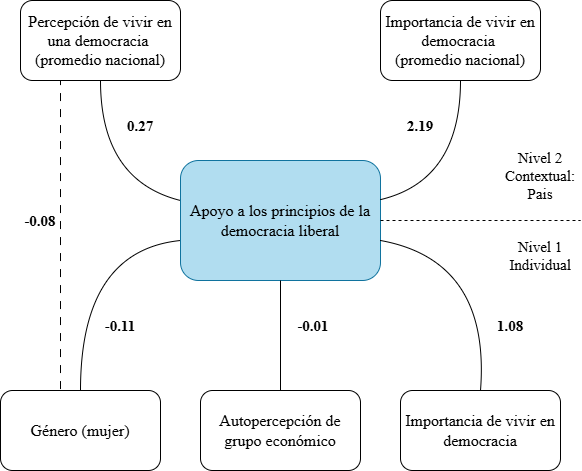
This is input/img/modelo_teórico_resultados.png from multinivel-facso/trabajo1-grupo-9, a draw.io export, as it was before one commit. Source tidied: cells renumbered, new cells last; positions are measured from the earlier drawing's top-left corner, leaving out a move shared by most shapes. Source of this version:
```xml
<mxGraphModel>
  <root>
    <mxCell id="0" />
    <mxCell id="1" parent="0" />
    <mxCell id="2" value="&lt;font face=&quot;Times New Roman&quot; style=&quot;font-size: 16px;&quot;&gt;Apoyo a los principios de la democracia liberal&lt;/font&gt;" style="rounded=1;whiteSpace=wrap;html=1;fillColor=#b1ddf0;strokeColor=#10739e;" parent="1" vertex="1">
      <mxGeometry x="180" y="160" width="200" height="120" as="geometry" />
    </mxCell>
    <mxCell id="3" value="&lt;font face=&quot;Times New Roman&quot; style=&quot;font-size: 16px;&quot;&gt;Percepción de vivir en una democracia&amp;nbsp;&lt;/font&gt;&lt;div&gt;&lt;font face=&quot;Times New Roman&quot; style=&quot;font-size: 16px;&quot;&gt;(promedio nacional)&lt;/font&gt;&lt;/div&gt;" style="rounded=1;whiteSpace=wrap;html=1;" parent="1" vertex="1">
      <mxGeometry x="20" width="160" height="80" as="geometry" />
    </mxCell>
    <mxCell id="4" value="&lt;font face=&quot;Times New Roman&quot; style=&quot;font-size: 16px;&quot;&gt;Importancia de vivir en democracia&amp;nbsp;&lt;/font&gt;&lt;div&gt;&lt;span style=&quot;font-family: &amp;quot;Times New Roman&amp;quot;; font-size: 16px;&quot;&gt;(promedio nacional)&lt;/span&gt;&lt;font face=&quot;Times New Roman&quot; style=&quot;font-size: 16px;&quot;&gt;&lt;br&gt;&lt;/font&gt;&lt;/div&gt;" style="rounded=1;whiteSpace=wrap;html=1;" parent="1" vertex="1">
      <mxGeometry x="380" width="160" height="80" as="geometry" />
    </mxCell>
    <mxCell id="5" value="&lt;font face=&quot;Times New Roman&quot; style=&quot;font-size: 16px;&quot;&gt;Género (mujer)&lt;/font&gt;" style="rounded=1;whiteSpace=wrap;html=1;" parent="1" vertex="1">
      <mxGeometry y="390" width="160" height="80" as="geometry" />
    </mxCell>
    <mxCell id="6" value="&lt;font face=&quot;Times New Roman&quot; style=&quot;font-size: 16px;&quot;&gt;Importancia de vivir en democracia&lt;/font&gt;" style="rounded=1;whiteSpace=wrap;html=1;" parent="1" vertex="1">
      <mxGeometry x="400" y="390" width="160" height="80" as="geometry" />
    </mxCell>
    <mxCell id="7" value="&lt;font face=&quot;Times New Roman&quot; style=&quot;font-size: 16px;&quot;&gt;Autopercepción de grupo&amp;nbsp;&lt;/font&gt;&lt;font size=&quot;3&quot; face=&quot;Times New Roman&quot;&gt;económico&lt;/font&gt;" style="rounded=1;whiteSpace=wrap;html=1;" parent="1" vertex="1">
      <mxGeometry x="200" y="390" width="160" height="80" as="geometry" />
    </mxCell>
    <mxCell id="8" style="endArrow=none;html=1;rounded=0;entryX=0.5;entryY=1;entryDx=0;entryDy=0;curved=1;exitX=1;exitY=0.326;exitDx=0;exitDy=0;exitPerimeter=0;" parent="1" edge="1" source="2" target="4">
      <mxGeometry relative="1" as="geometry">
        <Array as="points">
          <mxPoint x="460" y="180" />
        </Array>
      </mxGeometry>
    </mxCell>
    <mxCell id="9" style="endArrow=none;html=1;rounded=0;entryX=0.5;entryY=1;entryDx=0;entryDy=0;curved=1;" parent="1" edge="1" target="3">
      <mxGeometry relative="1" as="geometry">
        <mxPoint x="180" y="200" as="sourcePoint" />
        <Array as="points">
          <mxPoint x="100" y="180" />
        </Array>
      </mxGeometry>
    </mxCell>
    <mxCell id="10" style="endArrow=none;html=1;rounded=0;entryX=0.5;entryY=1;entryDx=0;entryDy=0;" parent="1" edge="1" target="2">
      <mxGeometry relative="1" as="geometry">
        <mxPoint x="280" y="390" as="sourcePoint" />
      </mxGeometry>
    </mxCell>
    <mxCell id="11" style="endArrow=none;html=1;rounded=0;curved=1;" parent="1" edge="1">
      <mxGeometry relative="1" as="geometry">
        <mxPoint x="80" y="390" as="sourcePoint" />
        <mxPoint x="180" y="240" as="targetPoint" />
        <Array as="points">
          <mxPoint x="80" y="250" />
        </Array>
      </mxGeometry>
    </mxCell>
    <mxCell id="12" style="endArrow=none;html=1;rounded=0;entryX=0.5;entryY=0;entryDx=0;entryDy=0;curved=1;" parent="1" edge="1" target="6">
      <mxGeometry relative="1" as="geometry">
        <mxPoint x="380" y="240" as="sourcePoint" />
        <Array as="points">
          <mxPoint x="490" y="260" />
        </Array>
      </mxGeometry>
    </mxCell>
    <mxCell id="13" style="endArrow=none;html=1;rounded=0;dashed=1;" parent="1" edge="1">
      <mxGeometry relative="1" as="geometry">
        <mxPoint x="380" y="220" as="sourcePoint" />
        <mxPoint x="580" y="220" as="targetPoint" />
      </mxGeometry>
    </mxCell>
    <mxCell id="14" value="&lt;font style=&quot;font-size: 15px;&quot; face=&quot;Times New Roman&quot;&gt;Nivel 2 Contextual:&lt;/font&gt;&lt;div&gt;&lt;font style=&quot;font-size: 15px;&quot; face=&quot;Times New Roman&quot;&gt;Pais&lt;/font&gt;&lt;/div&gt;" style="text;html=1;align=center;verticalAlign=middle;whiteSpace=wrap;rounded=0;" parent="1" vertex="1">
      <mxGeometry x="510" y="160" width="60" height="30" as="geometry" />
    </mxCell>
    <mxCell id="15" value="&lt;font style=&quot;font-size: 15px;&quot; face=&quot;Times New Roman&quot;&gt;Nivel 1 Individual&lt;/font&gt;" style="text;html=1;align=center;verticalAlign=middle;whiteSpace=wrap;rounded=0;" parent="1" vertex="1">
      <mxGeometry x="500" y="240" width="80" height="30" as="geometry" />
    </mxCell>
    <mxCell id="16" value="&lt;font face=&quot;Times New Roman&quot;&gt;&lt;span style=&quot;font-size: 15px;&quot;&gt;&lt;b&gt;-0.11&lt;/b&gt;&lt;/span&gt;&lt;/font&gt;" style="text;html=1;align=center;verticalAlign=middle;whiteSpace=wrap;rounded=0;" parent="1" vertex="1">
      <mxGeometry x="80" y="310" width="80" height="30" as="geometry" />
    </mxCell>
    <mxCell id="17" value="&lt;font face=&quot;Times New Roman&quot;&gt;&lt;span style=&quot;font-size: 15px;&quot;&gt;&lt;b&gt;-0.01&lt;/b&gt;&lt;/span&gt;&lt;/font&gt;" style="text;html=1;align=center;verticalAlign=middle;whiteSpace=wrap;rounded=0;" parent="1" vertex="1">
      <mxGeometry x="273" y="310" width="80" height="30" as="geometry" />
    </mxCell>
    <mxCell id="18" value="&lt;font face=&quot;Times New Roman&quot;&gt;&lt;span style=&quot;font-size: 15px;&quot;&gt;&lt;b&gt;1.08&lt;/b&gt;&lt;/span&gt;&lt;/font&gt;" style="text;html=1;align=center;verticalAlign=middle;whiteSpace=wrap;rounded=0;" parent="1" vertex="1">
      <mxGeometry x="470" y="310" width="80" height="30" as="geometry" />
    </mxCell>
    <mxCell id="19" value="&lt;font face=&quot;Times New Roman&quot;&gt;&lt;span style=&quot;font-size: 15px;&quot;&gt;&lt;b&gt;0.27&lt;/b&gt;&lt;/span&gt;&lt;/font&gt;" style="text;html=1;align=center;verticalAlign=middle;whiteSpace=wrap;rounded=0;" parent="1" vertex="1">
      <mxGeometry x="100" y="110" width="80" height="30" as="geometry" />
    </mxCell>
    <mxCell id="20" value="&lt;font face=&quot;Times New Roman&quot;&gt;&lt;span style=&quot;font-size: 15px;&quot;&gt;&lt;b&gt;2.19&lt;/b&gt;&lt;/span&gt;&lt;/font&gt;" style="text;html=1;align=center;verticalAlign=middle;whiteSpace=wrap;rounded=0;" parent="1" vertex="1">
      <mxGeometry x="380" y="110" width="80" height="30" as="geometry" />
    </mxCell>
    <mxCell id="21" style="endArrow=none;html=1;rounded=0;entryX=0.25;entryY=1;entryDx=0;entryDy=0;dashed=1;dashPattern=8 8;exitX=0.375;exitY=-0.018;exitDx=0;exitDy=0;exitPerimeter=0;" parent="1" edge="1" source="5" target="3">
      <mxGeometry relative="1" as="geometry" />
    </mxCell>
    <mxCell id="22" value="&lt;font face=&quot;Times New Roman&quot;&gt;&lt;span style=&quot;font-size: 15px;&quot;&gt;&lt;b&gt;-0.08&lt;/b&gt;&lt;/span&gt;&lt;/font&gt;" style="text;html=1;align=center;verticalAlign=middle;whiteSpace=wrap;rounded=0;" parent="1" vertex="1">
      <mxGeometry y="205" width="80" height="30" as="geometry" />
    </mxCell>
  </root>
</mxGraphModel>
```
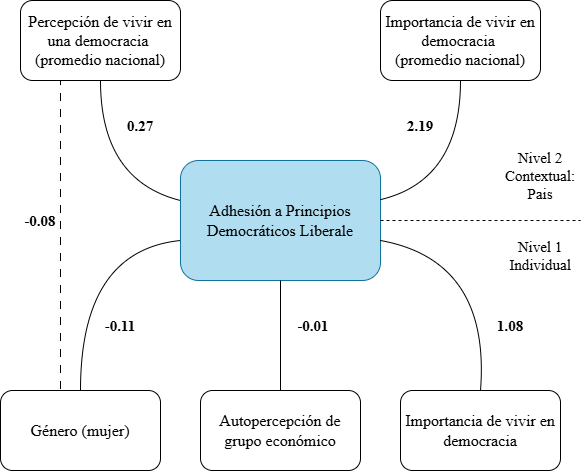
The same file after the commit.

Commit message:
cambié el modelo teórico con resultados

What changed in the source:
```diff
@@ -2,7 +2,7 @@
   <root>
     <mxCell id="0" />
     <mxCell id="1" parent="0" />
-    <mxCell id="2" value="&lt;font face=&quot;Times New Roman&quot; style=&quot;font-size: 16px;&quot;&gt;Apoyo a los principios de la democracia liberal&lt;/font&gt;" style="rounded=1;whiteSpace=wrap;html=1;fillColor=#b1ddf0;strokeColor=#10739e;" parent="1" vertex="1">
+    <mxCell id="2" value="&lt;font face=&quot;Times New Roman&quot;&gt;&lt;span style=&quot;font-size: 16px;&quot;&gt;Adhesión a Principios Democráticos Liberale&lt;/span&gt;&lt;/font&gt;" style="rounded=1;whiteSpace=wrap;html=1;fillColor=#b1ddf0;strokeColor=#10739e;" parent="1" vertex="1">
       <mxGeometry x="180" y="160" width="200" height="120" as="geometry" />
     </mxCell>
     <mxCell id="3" value="&lt;font face=&quot;Times New Roman&quot; style=&quot;font-size: 16px;&quot;&gt;Percepción de vivir en una democracia&amp;nbsp;&lt;/font&gt;&lt;div&gt;&lt;font face=&quot;Times New Roman&quot; style=&quot;font-size: 16px;&quot;&gt;(promedio nacional)&lt;/font&gt;&lt;/div&gt;" style="rounded=1;whiteSpace=wrap;html=1;" parent="1" vertex="1">
```
